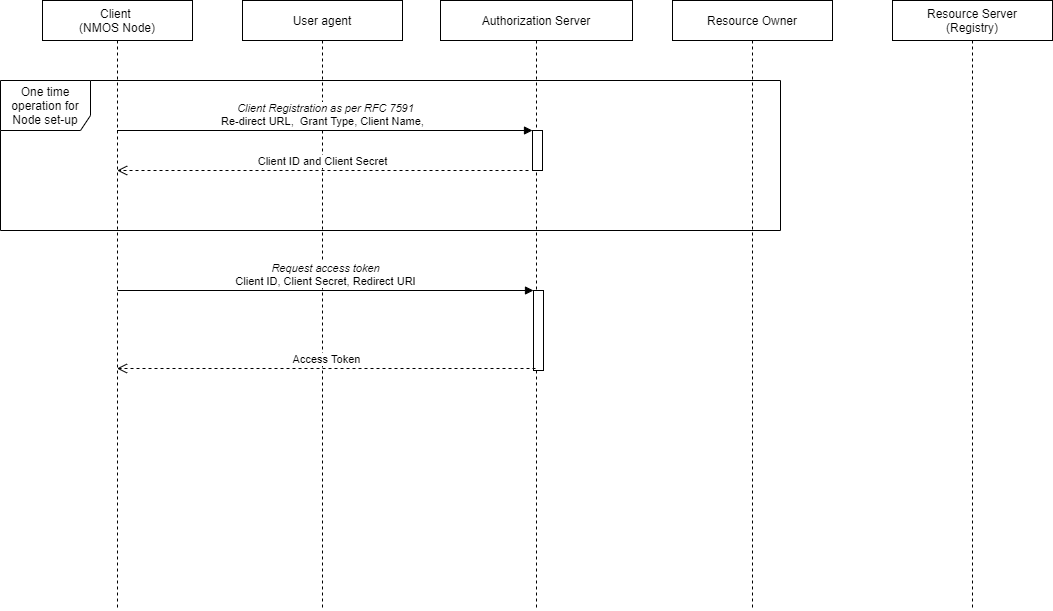
The draw.io diagram docs/diagrams/client_credentials_flow.png in jonathan-r-thorpe/nmos-authorization-implementers-guide, before a commit. Source tidied: cells renumbered, new cells last; positions are measured from the earlier drawing's top-left corner, leaving out a move shared by most shapes.
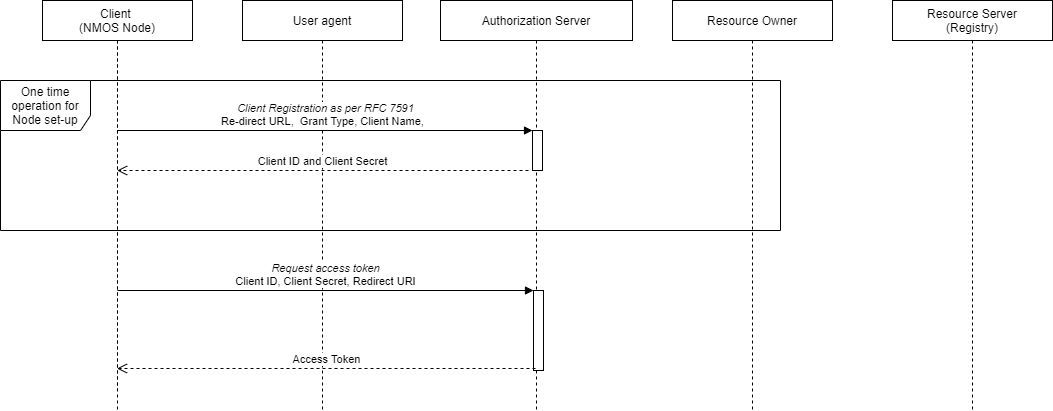
After the commit.

What changed in the source:
```diff
@@ -3,13 +3,16 @@
     <mxCell id="0" />
     <mxCell id="1" parent="0" />
     <mxCell id="2" value="Client &lt;br&gt;(NMOS Node)" style="shape=umlLifeline;perimeter=lifelinePerimeter;whiteSpace=wrap;html=1;outlineConnect=0;" parent="1" vertex="1">
-      <mxGeometry x="42" width="150" height="610" as="geometry" />
+      <mxGeometry x="42" width="150" height="410" as="geometry" />
     </mxCell>
     <mxCell id="3" value="User agent" style="shape=umlLifeline;perimeter=lifelinePerimeter;whiteSpace=wrap;html=1;" parent="1" vertex="1">
-      <mxGeometry x="242" width="160" height="610" as="geometry" />
+      <mxGeometry x="242" width="160" height="410" as="geometry" />
     </mxCell>
+    <mxCell id="14" value="Client &lt;br&gt;(NMOS Node)" style="shape=umlLifeline;perimeter=lifelinePerimeter;whiteSpace=wrap;html=1;" parent="3" vertex="1">
+      <mxGeometry x="-200" width="150" height="390" as="geometry" />
+    </mxCell>
     <mxCell id="4" value="Authorization Server" style="shape=umlLifeline;perimeter=lifelinePerimeter;whiteSpace=wrap;html=1;" parent="1" vertex="1">
-      <mxGeometry x="440" width="192" height="610" as="geometry" />
+      <mxGeometry x="440" width="192" height="410" as="geometry" />
     </mxCell>
     <mxCell id="5" style="html=1;points=[];perimeter=orthogonalPerimeter;" parent="4" vertex="1">
       <mxGeometry x="92" y="130" width="10" height="40" as="geometry" />
@@ -21,10 +24,10 @@
       <mxGeometry x="93" y="290" width="10" height="80" as="geometry" />
     </mxCell>
     <mxCell id="8" value="Resource Owner&lt;br&gt;" style="shape=umlLifeline;perimeter=lifelinePerimeter;whiteSpace=wrap;html=1;" parent="1" vertex="1">
-      <mxGeometry x="672" width="160" height="610" as="geometry" />
+      <mxGeometry x="672" width="160" height="410" as="geometry" />
     </mxCell>
     <mxCell id="9" value="Resource Server&lt;br&gt;(Registry)&lt;br&gt;" style="shape=umlLifeline;perimeter=lifelinePerimeter;whiteSpace=wrap;html=1;" parent="1" vertex="1">
-      <mxGeometry x="892" width="160" height="610" as="geometry" />
+      <mxGeometry x="892" width="160" height="410" as="geometry" />
     </mxCell>
     <mxCell id="10" value="&lt;i&gt;Client Registration as per RFC 7591&lt;br&gt;&lt;/i&gt;Re-direct URL,&amp;nbsp; Grant Type, Client Name,&amp;nbsp;&amp;nbsp;" style="html=1;verticalAlign=bottom;endArrow=block;entryX=0;entryY=0;" parent="1" edge="1" source="2" target="5">
       <mxGeometry relative="1" as="geometry" />
```
